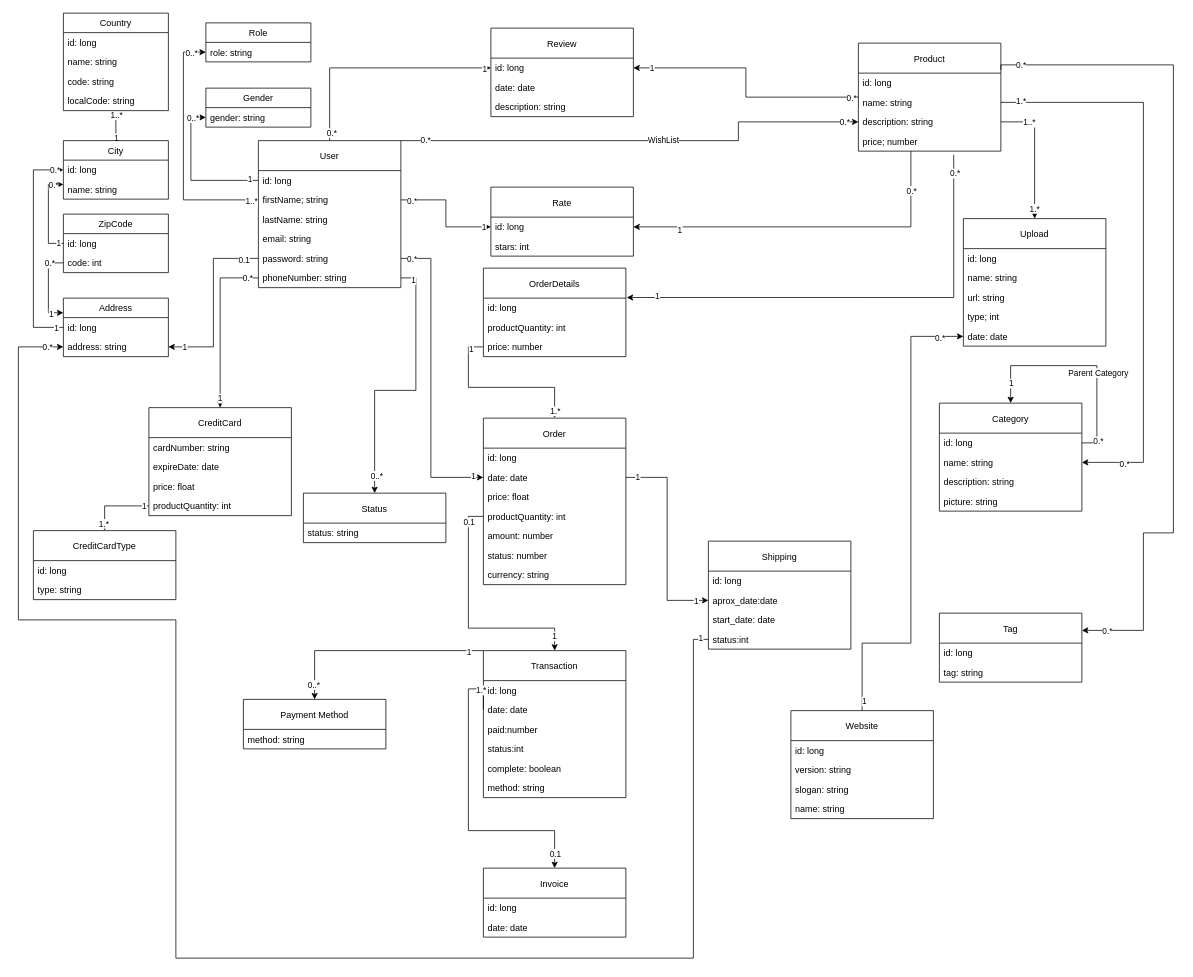
Earlier version of the draw.io diagram page "Ecommerce basic model" (1 of 4) of Class Diagram.drawio (Psycomentis06/AZIT-e-commerce-API-doc). Source tidied: cells renumbered, new cells numbered last; positions are measured from the earlier drawing's top-left corner, leaving out a move shared by most shapes. Both pictures are drawn from the tidied source at 75%, with x=0, y=0 at pixel (18, 13).
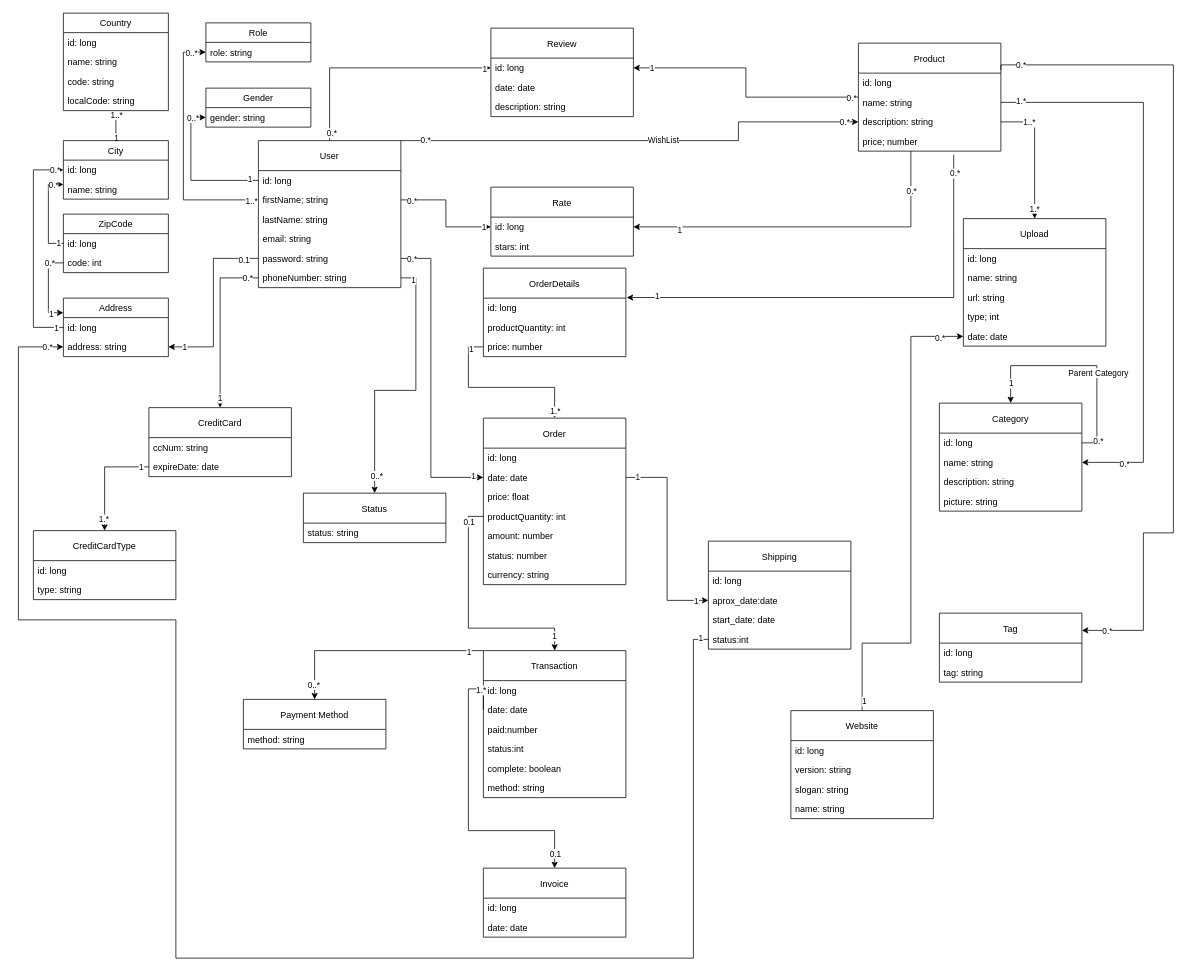
Above is the later version.

Commit message:
Credit Card

Unchanged cells that the change refers to:
```xml
<mxCell id="86" value="expireDate: date" style="text;strokeColor=none;fillColor=none;align=left;verticalAlign=top;spacingLeft=4;spacingRight=4;overflow=hidden;points=[[0,0.5],[1,0.5]];portConstraint=eastwest;" parent="84" vertex="1">
  <mxGeometry y="66" width="190" height="26" as="geometry" />
</mxCell>
<mxCell id="89" value="CreditCardType" style="swimlane;fontStyle=0;horizontal=1;startSize=40;fillColor=none;" parent="1" vertex="1">
  <mxGeometry x="20" y="690" width="190" height="92" as="geometry" />
</mxCell>
```

What changed in the source:
```diff
@@
     <mxCell id="84" value="CreditCard" style="swimlane;fontStyle=0;horizontal=1;startSize=40;fillColor=none;" parent="1" vertex="1">
-      <mxGeometry x="174" y="526" width="190" height="144" as="geometry" />
+      <mxGeometry x="174" y="526" width="190" height="92" as="geometry" />
     </mxCell>
-    <mxCell id="85" value="cardNumber: string" style="text;strokeColor=none;fillColor=none;align=left;verticalAlign=top;spacingLeft=4;spacingRight=4;overflow=hidden;" parent="84" vertex="1">
+    <mxCell id="85" value="ccNum: string" style="text;strokeColor=none;fillColor=none;align=left;verticalAlign=top;spacingLeft=4;spacingRight=4;overflow=hidden;" parent="84" vertex="1">
       <mxGeometry y="40" width="190" height="26" as="geometry" />
     </mxCell>
@@
-    <mxCell id="87" value="price: float" style="text;strokeColor=none;fillColor=none;align=left;verticalAlign=top;spacingLeft=4;spacingRight=4;overflow=hidden;" parent="84" vertex="1">
-      <mxGeometry y="92" width="190" height="26" as="geometry" />
-    </mxCell>
-    <mxCell id="88" value="productQuantity: int" style="text;strokeColor=none;fillColor=none;align=left;verticalAlign=top;spacingLeft=4;spacingRight=4;overflow=hidden;points=[[0,0.5],[1,0.5]];portConstraint=eastwest;" parent="84" vertex="1">
-      <mxGeometry y="118" width="190" height="26" as="geometry" />
-    </mxCell>
@@
-    <mxCell id="95" style="edgeStyle=orthogonalEdgeStyle;rounded=0;jettySize=auto;html=1;exitX=0;exitY=0.5;exitDx=0;exitDy=0;entryX=0.5;entryY=0;entryDx=0;entryDy=0;" parent="1" edge="1" source="88" target="89">
+    <mxCell id="95" style="edgeStyle=orthogonalEdgeStyle;rounded=0;jettySize=auto;html=1;exitX=0;exitY=0.5;exitDx=0;exitDy=0;entryX=0.5;entryY=0;entryDx=0;entryDy=0;" parent="1" edge="1" source="86" target="89">
       <mxGeometry relative="1" as="geometry" />
     </mxCell>
```
